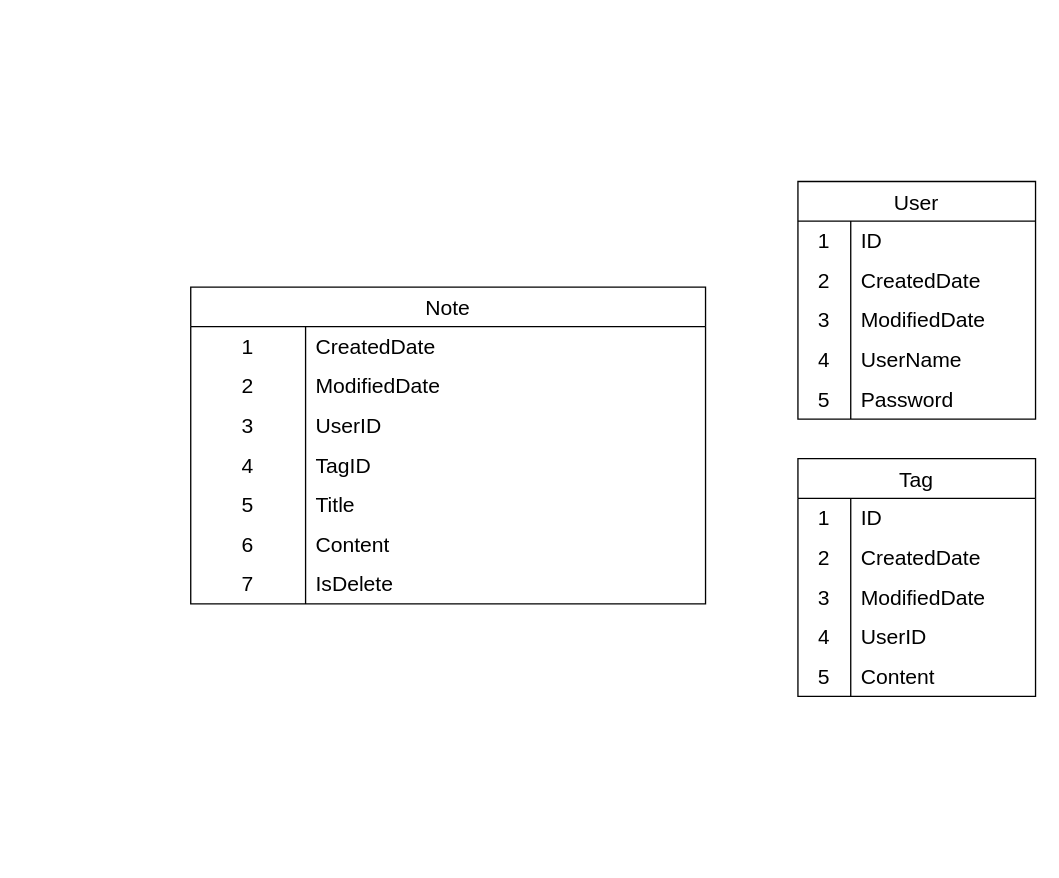
This is Biểu đồ không có tiêu đề.drawio from minh91a1/dbdiagram, a draw.io file, before an edit. Source tidied: cells renumbered, new cells numbered last; positions are measured from the earlier drawing's top-left corner, leaving out a move shared by most shapes. Both pictures are drawn from the tidied source at 132%, with x=0, y=0 at pixel (190, 181).
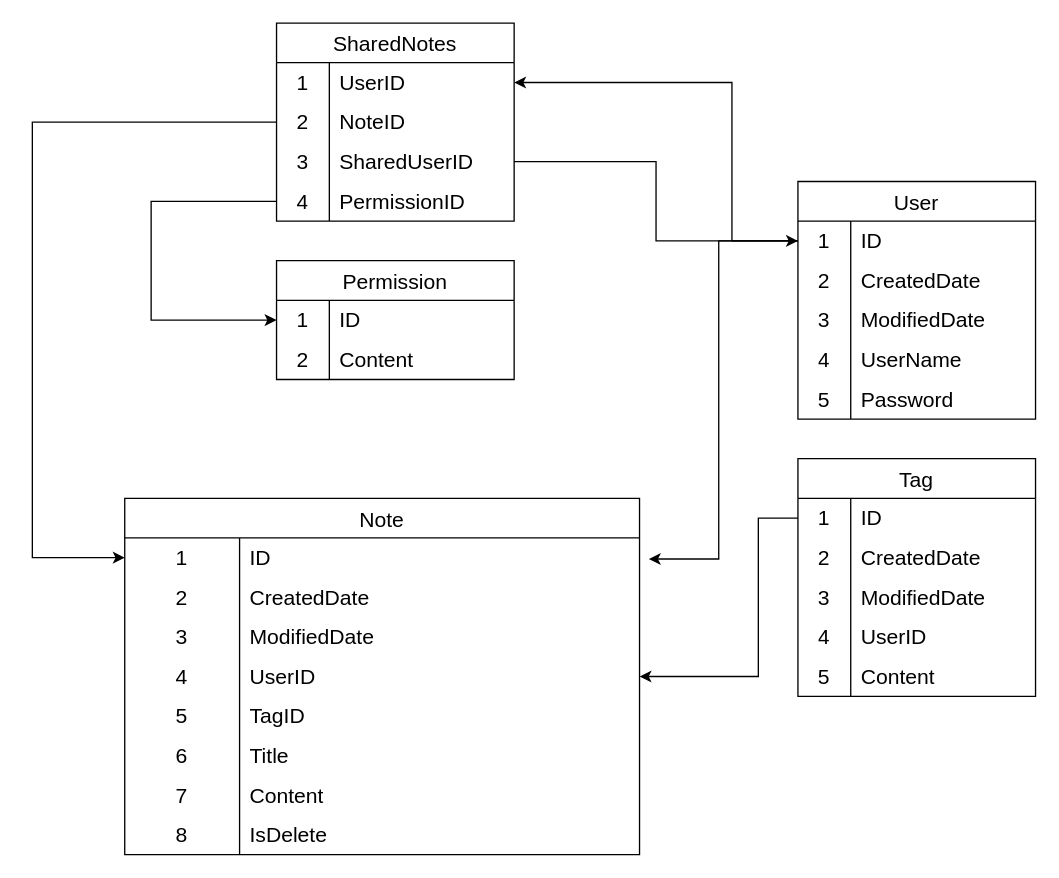
The same diagram, later.

Commit message (it also covers changes not shown here):
Cập nhật Biểu đồ không có tiêu đề.drawio

Unchanged cells that the change refers to:
```xml
<mxCell id="3" style="shape=tableRow;horizontal=0;startSize=0;swimlaneHead=0;swimlaneBody=0;top=0;left=0;bottom=0;right=0;fillColor=none;points=[[0,0.5],[1,0.5]];portConstraint=eastwest;strokeColor=inherit;fontSize=16;" parent="2" vertex="1">
  <mxGeometry y="30" width="390" height="30" as="geometry" />
</mxCell>
<mxCell id="6" style="shape=tableRow;horizontal=0;startSize=0;swimlaneHead=0;swimlaneBody=0;top=0;left=0;bottom=0;right=0;fillColor=none;strokeColor=inherit;fontSize=16;" parent="2" vertex="1">
  <mxGeometry y="60" width="390" height="30" as="geometry" />
</mxCell>
<mxCell id="9" style="shape=tableRow;horizontal=0;startSize=0;swimlaneHead=0;swimlaneBody=0;top=0;left=0;bottom=0;right=0;fillColor=none;strokeColor=inherit;fontSize=16;" parent="2" vertex="1">
  <mxGeometry y="90" width="390" height="30" as="geometry" />
</mxCell>
<mxCell id="12" style="shape=tableRow;horizontal=0;startSize=0;swimlaneHead=0;swimlaneBody=0;top=0;left=0;bottom=0;right=0;fillColor=none;points=[[0,0.5],[1,0.5]];portConstraint=eastwest;strokeColor=inherit;fontSize=16;" parent="2" vertex="1">
  <mxGeometry y="120" width="390" height="30" as="geometry" />
</mxCell>
<mxCell id="15" style="shape=tableRow;horizontal=0;startSize=0;swimlaneHead=0;swimlaneBody=0;top=0;left=0;bottom=0;right=0;fillColor=none;strokeColor=inherit;fontSize=16;" parent="2" vertex="1">
  <mxGeometry y="150" width="390" height="30" as="geometry" />
</mxCell>
<mxCell id="18" style="shape=tableRow;horizontal=0;startSize=0;swimlaneHead=0;swimlaneBody=0;top=0;left=0;bottom=0;right=0;fillColor=none;strokeColor=inherit;fontSize=16;" parent="2" vertex="1">
  <mxGeometry y="180" width="390" height="30" as="geometry" />
</mxCell>
<mxCell id="21" style="shape=tableRow;horizontal=0;startSize=0;swimlaneHead=0;swimlaneBody=0;top=0;left=0;bottom=0;right=0;fillColor=none;strokeColor=inherit;fontSize=16;" parent="2" vertex="1">
  <mxGeometry y="210" width="390" height="30" as="geometry" />
</mxCell>
<mxCell id="25" style="shape=tableRow;horizontal=0;startSize=0;swimlaneHead=0;swimlaneBody=0;top=0;left=0;bottom=0;right=0;fillColor=none;points=[[0,0.5],[1,0.5]];portConstraint=eastwest;strokeColor=inherit;fontSize=16;" parent="24" vertex="1">
  <mxGeometry y="30" width="180" height="30" as="geometry" />
</mxCell>
<mxCell id="41" style="shape=tableRow;horizontal=0;startSize=0;swimlaneHead=0;swimlaneBody=0;top=0;left=0;bottom=0;right=0;fillColor=none;points=[[0,0.5],[1,0.5]];portConstraint=eastwest;strokeColor=inherit;fontSize=16;" parent="40" vertex="1">
  <mxGeometry y="30" width="180" height="30" as="geometry" />
</mxCell>
```

What changed in the source:
```diff
@@
     <mxCell id="2" value="Note" style="shape=table;startSize=30;childLayout=tableLayout;rowLines=0;fontStyle=0;strokeColor=default;fontSize=16;" parent="1" vertex="1">
-      <mxGeometry y="80" width="390" height="240" as="geometry" />
+      <mxGeometry x="-50" y="240" width="390" height="270" as="geometry" />
     </mxCell>
@@
-    <mxCell id="5" value="CreatedDate" style="shape=partialRectangle;html=1;whiteSpace=wrap;fillColor=none;top=0;left=0;bottom=0;right=0;align=left;spacingLeft=6;overflow=hidden;strokeColor=inherit;fontSize=16;" parent="3" vertex="1">
+    <mxCell id="5" value="ID" style="shape=partialRectangle;html=1;whiteSpace=wrap;fillColor=none;top=0;left=0;bottom=0;right=0;align=left;spacingLeft=6;overflow=hidden;strokeColor=inherit;fontSize=16;" parent="3" vertex="1">
       <mxGeometry x="87" width="303" height="30" as="geometry" />
     </mxCell>
@@
-    <mxCell id="8" value="ModifiedDate" style="shape=partialRectangle;html=1;whiteSpace=wrap;fillColor=none;top=0;left=0;bottom=0;right=0;align=left;spacingLeft=6;overflow=hidden;strokeColor=inherit;fontSize=16;" parent="6" vertex="1">
+    <mxCell id="8" value="CreatedDate" style="shape=partialRectangle;html=1;whiteSpace=wrap;fillColor=none;top=0;left=0;bottom=0;right=0;align=left;spacingLeft=6;overflow=hidden;strokeColor=inherit;fontSize=16;" parent="6" vertex="1">
       <mxGeometry x="87" width="303" height="30" as="geometry" />
     </mxCell>
@@
-    <mxCell id="11" value="UserID" style="shape=partialRectangle;html=1;whiteSpace=wrap;fillColor=none;top=0;left=0;bottom=0;right=0;align=left;spacingLeft=6;overflow=hidden;strokeColor=inherit;fontSize=16;" parent="9" vertex="1">
+    <mxCell id="11" value="ModifiedDate" style="shape=partialRectangle;html=1;whiteSpace=wrap;fillColor=none;top=0;left=0;bottom=0;right=0;align=left;spacingLeft=6;overflow=hidden;strokeColor=inherit;fontSize=16;" parent="9" vertex="1">
       <mxGeometry x="87" width="303" height="30" as="geometry" />
     </mxCell>
@@
-    <mxCell id="14" value="TagID" style="shape=partialRectangle;html=1;whiteSpace=wrap;fillColor=none;top=0;left=0;bottom=0;right=0;align=left;spacingLeft=6;overflow=hidden;strokeColor=inherit;fontSize=16;" parent="12" vertex="1">
+    <mxCell id="14" value="UserID" style="shape=partialRectangle;html=1;whiteSpace=wrap;fillColor=none;top=0;left=0;bottom=0;right=0;align=left;spacingLeft=6;overflow=hidden;strokeColor=inherit;fontSize=16;" parent="12" vertex="1">
       <mxGeometry x="87" width="303" height="30" as="geometry" />
     </mxCell>
@@
-    <mxCell id="17" value="Title" style="shape=partialRectangle;html=1;whiteSpace=wrap;fillColor=none;top=0;left=0;bottom=0;right=0;align=left;spacingLeft=6;overflow=hidden;strokeColor=inherit;fontSize=16;" parent="15" vertex="1">
+    <mxCell id="17" value="TagID" style="shape=partialRectangle;html=1;whiteSpace=wrap;fillColor=none;top=0;left=0;bottom=0;right=0;align=left;spacingLeft=6;overflow=hidden;strokeColor=inherit;fontSize=16;" parent="15" vertex="1">
       <mxGeometry x="87" width="303" height="30" as="geometry" />
     </mxCell>
@@
-    <mxCell id="20" value="Content" style="shape=partialRectangle;html=1;whiteSpace=wrap;fillColor=none;top=0;left=0;bottom=0;right=0;align=left;spacingLeft=6;overflow=hidden;strokeColor=inherit;fontSize=16;" parent="18" vertex="1">
+    <mxCell id="20" value="Title" style="shape=partialRectangle;html=1;whiteSpace=wrap;fillColor=none;top=0;left=0;bottom=0;right=0;align=left;spacingLeft=6;overflow=hidden;strokeColor=inherit;fontSize=16;" parent="18" vertex="1">
       <mxGeometry x="87" width="303" height="30" as="geometry" />
     </mxCell>
@@
-    <mxCell id="23" value="IsDelete" style="shape=partialRectangle;html=1;whiteSpace=wrap;fillColor=none;top=0;left=0;bottom=0;right=0;align=left;spacingLeft=6;overflow=hidden;strokeColor=inherit;fontSize=16;" parent="21" vertex="1">
+    <mxCell id="23" value="Content" style="shape=partialRectangle;html=1;whiteSpace=wrap;fillColor=none;top=0;left=0;bottom=0;right=0;align=left;spacingLeft=6;overflow=hidden;strokeColor=inherit;fontSize=16;" parent="21" vertex="1">
       <mxGeometry x="87" width="303" height="30" as="geometry" />
     </mxCell>
+    <mxCell id="56" style="shape=tableRow;horizontal=0;startSize=0;swimlaneHead=0;swimlaneBody=0;top=0;left=0;bottom=0;right=0;fillColor=none;strokeColor=inherit;fontSize=16;" parent="2" vertex="1">
+      <mxGeometry y="240" width="390" height="30" as="geometry" />
+    </mxCell>
+    <mxCell id="57" value="8" style="shape=partialRectangle;html=1;whiteSpace=wrap;fillColor=none;top=0;left=0;bottom=0;right=0;overflow=hidden;strokeColor=inherit;fontSize=16;" parent="56" vertex="1">
+      <mxGeometry width="87" height="30" as="geometry" />
+    </mxCell>
+    <mxCell id="58" value="IsDelete" style="shape=partialRectangle;html=1;whiteSpace=wrap;fillColor=none;top=0;left=0;bottom=0;right=0;align=left;spacingLeft=6;overflow=hidden;strokeColor=inherit;fontSize=16;" parent="56" vertex="1">
+      <mxGeometry x="87" width="303" height="30" as="geometry" />
+    </mxCell>
@@
+    <mxCell id="59" style="edgeStyle=orthogonalEdgeStyle;rounded=0;jettySize=auto;html=1;exitX=0;exitY=0.5;exitDx=0;exitDy=0;entryX=1;entryY=0.5;entryDx=0;entryDy=0;" parent="1" edge="1" source="41" target="12">
+      <mxGeometry relative="1" as="geometry">
+        <Array as="points">
+          <mxPoint x="430" y="255" />
+          <mxPoint x="430" y="375" />
+        </Array>
+      </mxGeometry>
+    </mxCell>
+    <mxCell id="60" value="SharedNotes" style="shape=table;startSize=30;childLayout=tableLayout;rowLines=0;fontStyle=0;strokeColor=default;fontSize=16;" parent="1" vertex="1">
+      <mxGeometry x="65" y="-120" width="180" height="150" as="geometry" />
+    </mxCell>
+    <mxCell id="61" style="shape=tableRow;horizontal=0;startSize=0;swimlaneHead=0;swimlaneBody=0;top=0;left=0;bottom=0;right=0;fillColor=none;points=[[0,0.5],[1,0.5]];portConstraint=eastwest;strokeColor=inherit;fontSize=16;" parent="60" vertex="1">
+      <mxGeometry y="30" width="180" height="30" as="geometry" />
+    </mxCell>
+    <mxCell id="62" value="1" style="shape=partialRectangle;html=1;whiteSpace=wrap;fillColor=none;top=0;left=0;bottom=0;right=0;overflow=hidden;strokeColor=inherit;fontSize=16;" parent="61" vertex="1">
+      <mxGeometry width="40" height="30" as="geometry" />
+    </mxCell>
+    <mxCell id="63" value="UserID" style="shape=partialRectangle;html=1;whiteSpace=wrap;fillColor=none;top=0;left=0;bottom=0;right=0;align=left;spacingLeft=6;overflow=hidden;strokeColor=inherit;fontSize=16;" parent="61" vertex="1">
+      <mxGeometry x="40" width="140" height="30" as="geometry" />
+    </mxCell>
+    <mxCell id="64" style="shape=tableRow;horizontal=0;startSize=0;swimlaneHead=0;swimlaneBody=0;top=0;left=0;bottom=0;right=0;fillColor=none;points=[[0,0.5],[1,0.5]];portConstraint=eastwest;strokeColor=inherit;fontSize=16;" parent="60" vertex="1">
+      <mxGeometry y="60" width="180" height="30" as="geometry" />
+    </mxCell>
+    <mxCell id="65" value="2" style="shape=partialRectangle;html=1;whiteSpace=wrap;fillColor=none;top=0;left=0;bottom=0;right=0;overflow=hidden;strokeColor=inherit;fontSize=16;" parent="64" vertex="1">
+      <mxGeometry width="40" height="30" as="geometry" />
+    </mxCell>
+    <mxCell id="66" value="NoteID" style="shape=partialRectangle;html=1;whiteSpace=wrap;fillColor=none;top=0;left=0;bottom=0;right=0;align=left;spacingLeft=6;overflow=hidden;strokeColor=inherit;fontSize=16;" parent="64" vertex="1">
+      <mxGeometry x="40" width="140" height="30" as="geometry" />
+    </mxCell>
+    <mxCell id="67" style="shape=tableRow;horizontal=0;startSize=0;swimlaneHead=0;swimlaneBody=0;top=0;left=0;bottom=0;right=0;fillColor=none;points=[[0,0.5],[1,0.5]];portConstraint=eastwest;strokeColor=inherit;fontSize=16;" parent="60" vertex="1">
+      <mxGeometry y="90" width="180" height="30" as="geometry" />
+    </mxCell>
+    <mxCell id="68" value="3" style="shape=partialRectangle;html=1;whiteSpace=wrap;fillColor=none;top=0;left=0;bottom=0;right=0;overflow=hidden;strokeColor=inherit;fontSize=16;" parent="67" vertex="1">
+      <mxGeometry width="40" height="30" as="geometry" />
+    </mxCell>
+    <mxCell id="69" value="SharedUserID" style="shape=partialRectangle;html=1;whiteSpace=wrap;fillColor=none;top=0;left=0;bottom=0;right=0;align=left;spacingLeft=6;overflow=hidden;strokeColor=inherit;fontSize=16;" parent="67" vertex="1">
+      <mxGeometry x="40" width="140" height="30" as="geometry" />
+    </mxCell>
+    <mxCell id="70" style="shape=tableRow;horizontal=0;startSize=0;swimlaneHead=0;swimlaneBody=0;top=0;left=0;bottom=0;right=0;fillColor=none;points=[[0,0.5],[1,0.5]];portConstraint=eastwest;strokeColor=inherit;fontSize=16;" parent="60" vertex="1">
+      <mxGeometry y="120" width="180" height="30" as="geometry" />
+    </mxCell>
+    <mxCell id="71" value="4" style="shape=partialRectangle;html=1;whiteSpace=wrap;fillColor=none;top=0;left=0;bottom=0;right=0;overflow=hidden;strokeColor=inherit;fontSize=16;" parent="70" vertex="1">
+      <mxGeometry width="40" height="30" as="geometry" />
+    </mxCell>
+    <mxCell id="72" value="PermissionID" style="shape=partialRectangle;html=1;whiteSpace=wrap;fillColor=none;top=0;left=0;bottom=0;right=0;align=left;spacingLeft=6;overflow=hidden;strokeColor=inherit;fontSize=16;" parent="70" vertex="1">
+      <mxGeometry x="40" width="140" height="30" as="geometry" />
+    </mxCell>
+    <mxCell id="73" style="edgeStyle=orthogonalEdgeStyle;rounded=0;jettySize=auto;html=1;exitX=0;exitY=0.5;exitDx=0;exitDy=0;entryX=0;entryY=0.5;entryDx=0;entryDy=0;" parent="1" edge="1" source="64" target="3">
+      <mxGeometry relative="1" as="geometry">
+        <Array as="points">
+          <mxPoint x="-120" y="-45" />
+          <mxPoint x="-120" y="285" />
+        </Array>
+      </mxGeometry>
+    </mxCell>
+    <mxCell id="74" style="edgeStyle=orthogonalEdgeStyle;rounded=0;jettySize=auto;html=1;exitX=0;exitY=0.5;exitDx=0;exitDy=0;entryX=1;entryY=0.5;entryDx=0;entryDy=0;" parent="1" edge="1" source="25" target="61">
+      <mxGeometry relative="1" as="geometry">
+        <Array as="points">
+          <mxPoint x="410" y="45" />
+          <mxPoint x="410" y="-75" />
+        </Array>
+      </mxGeometry>
+    </mxCell>
+    <mxCell id="75" style="edgeStyle=orthogonalEdgeStyle;rounded=0;jettySize=auto;html=1;exitX=1;exitY=0.5;exitDx=0;exitDy=0;" parent="1" edge="1" source="67" target="25">
+      <mxGeometry relative="1" as="geometry" />
+    </mxCell>
+    <mxCell id="76" value="Permission" style="shape=table;startSize=30;childLayout=tableLayout;rowLines=0;fontStyle=0;strokeColor=default;fontSize=16;" parent="1" vertex="1">
+      <mxGeometry x="65" y="60" width="180" height="90" as="geometry" />
+    </mxCell>
+    <mxCell id="77" style="shape=tableRow;horizontal=0;startSize=0;swimlaneHead=0;swimlaneBody=0;top=0;left=0;bottom=0;right=0;fillColor=none;points=[[0,0.5],[1,0.5]];portConstraint=eastwest;strokeColor=inherit;fontSize=16;" parent="76" vertex="1">
+      <mxGeometry y="30" width="180" height="30" as="geometry" />
+    </mxCell>
+    <mxCell id="78" value="1" style="shape=partialRectangle;html=1;whiteSpace=wrap;fillColor=none;top=0;left=0;bottom=0;right=0;overflow=hidden;strokeColor=inherit;fontSize=16;" parent="77" vertex="1">
+      <mxGeometry width="40" height="30" as="geometry" />
+    </mxCell>
+    <mxCell id="79" value="ID" style="shape=partialRectangle;html=1;whiteSpace=wrap;fillColor=none;top=0;left=0;bottom=0;right=0;align=left;spacingLeft=6;overflow=hidden;strokeColor=inherit;fontSize=16;" parent="77" vertex="1">
+      <mxGeometry x="40" width="140" height="30" as="geometry" />
+    </mxCell>
+    <mxCell id="80" style="shape=tableRow;horizontal=0;startSize=0;swimlaneHead=0;swimlaneBody=0;top=0;left=0;bottom=0;right=0;fillColor=none;strokeColor=inherit;fontSize=16;" parent="76" vertex="1">
+      <mxGeometry y="60" width="180" height="30" as="geometry" />
+    </mxCell>
+    <mxCell id="81" value="2" style="shape=partialRectangle;html=1;whiteSpace=wrap;fillColor=none;top=0;left=0;bottom=0;right=0;overflow=hidden;strokeColor=inherit;fontSize=16;" parent="80" vertex="1">
+      <mxGeometry width="40" height="30" as="geometry" />
+    </mxCell>
+    <mxCell id="82" value="Content" style="shape=partialRectangle;html=1;whiteSpace=wrap;fillColor=none;top=0;left=0;bottom=0;right=0;align=left;spacingLeft=6;overflow=hidden;strokeColor=inherit;fontSize=16;" parent="80" vertex="1">
+      <mxGeometry x="40" width="140" height="30" as="geometry" />
+    </mxCell>
+    <mxCell id="83" style="edgeStyle=orthogonalEdgeStyle;rounded=0;jettySize=auto;html=1;exitX=0;exitY=0.5;exitDx=0;exitDy=0;entryX=0;entryY=0.5;entryDx=0;entryDy=0;" parent="1" edge="1" source="70" target="77">
+      <mxGeometry relative="1" as="geometry">
+        <Array as="points">
+          <mxPoint x="-30" y="15" />
+          <mxPoint x="-30" y="105" />
+        </Array>
+      </mxGeometry>
+    </mxCell>
+    <mxCell id="84" style="edgeStyle=orthogonalEdgeStyle;rounded=0;jettySize=auto;html=1;exitX=0;exitY=0.5;exitDx=0;exitDy=0;entryX=1.018;entryY=0.533;entryDx=0;entryDy=0;entryPerimeter=0;" parent="1" edge="1" source="25" target="3">
+      <mxGeometry relative="1" as="geometry" />
+    </mxCell>
```
